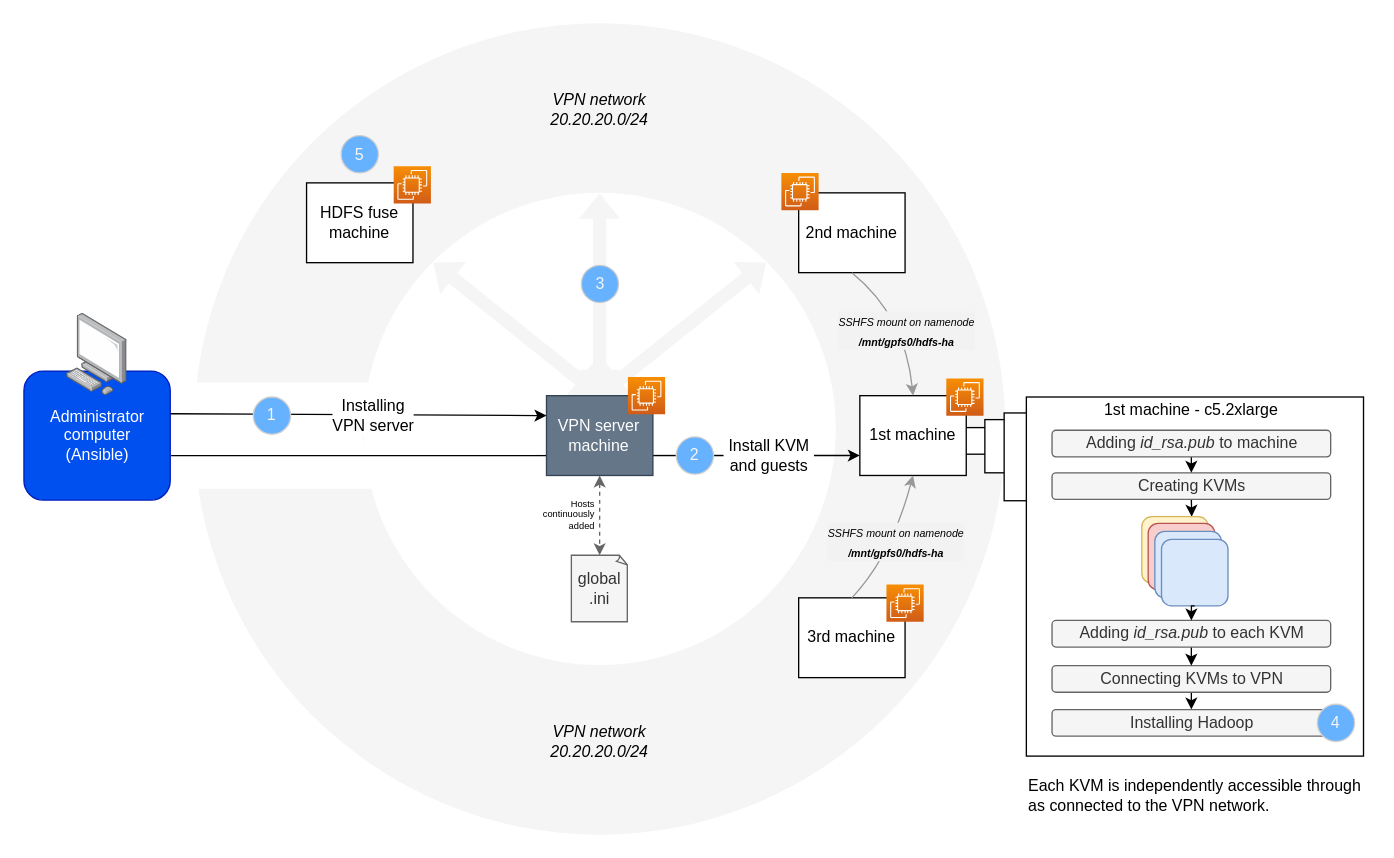
This is chaining.drawio from flavienbwk/aws-terraform-ansible-kvm-hadoop, a draw.io file, before an edit. Source tidied: cells renumbered, new cells numbered last; positions are measured from the earlier drawing's top-left corner, leaving out a move shared by most shapes. Both pictures are drawn from the tidied source at 133%, with x=0, y=0 at pixel (24, 23).
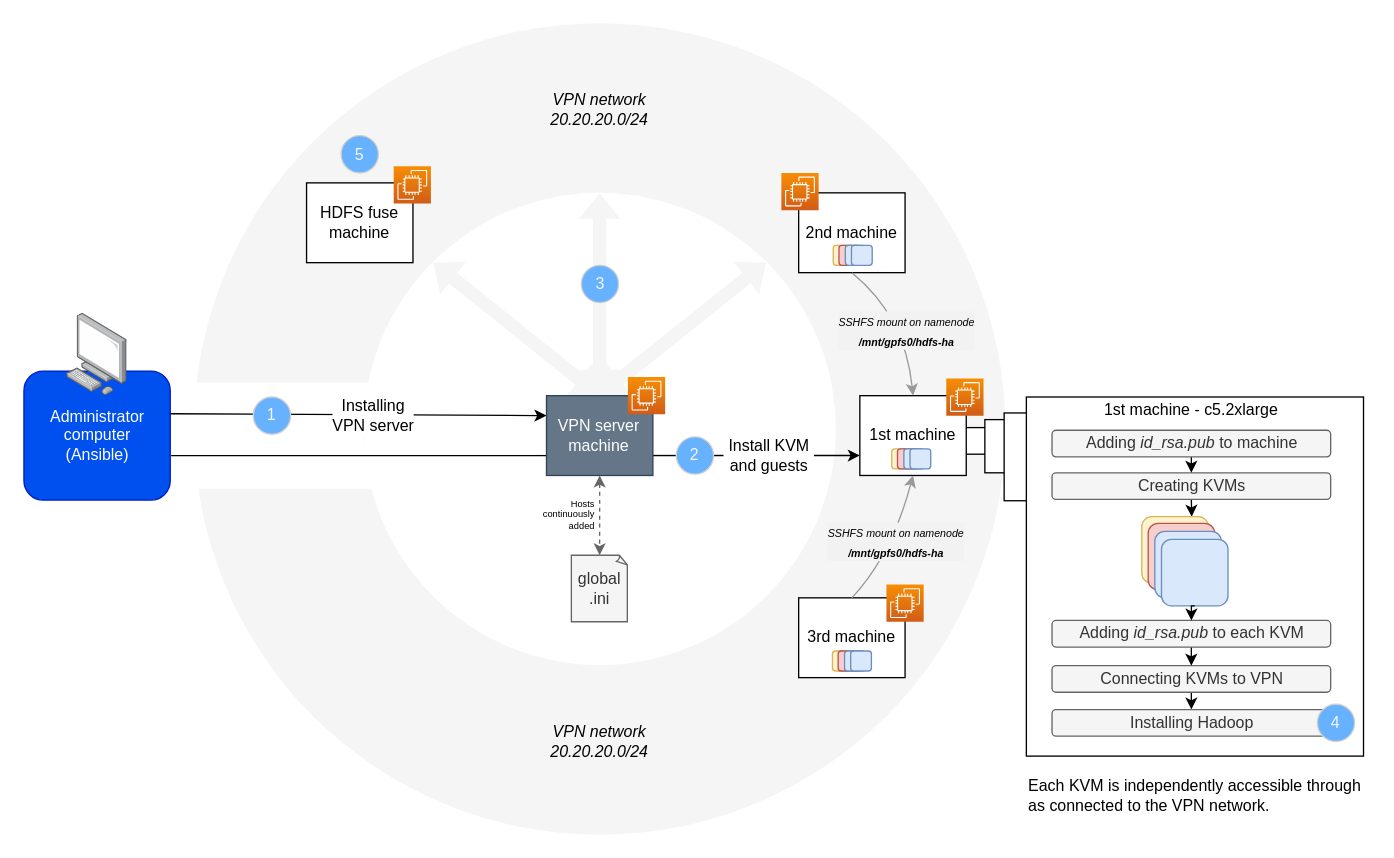
The same page after the edit.

Commit message (it also covers changes not shown here):
Clarifying KVM machines host guests

What changed in the source:
```diff
@@
+    <mxCell id="59" style="group;" parent="1" vertex="1">
+      <mxGeometry x="608" y="167" width="29.3" height="15" as="geometry" />
+    </mxCell>
+    <mxCell id="60" style="rounded=1;whiteSpace=wrap;html=1;align=center;fillColor=#fff2cc;strokeColor=#d6b656;" parent="59" vertex="1">
+      <mxGeometry width="15.6" height="15" as="geometry" />
+    </mxCell>
+    <mxCell id="61" style="rounded=1;whiteSpace=wrap;html=1;align=center;fillColor=#f8cecc;strokeColor=#b85450;" parent="59" vertex="1">
+      <mxGeometry x="4.3" width="15.6" height="15" as="geometry" />
+    </mxCell>
+    <mxCell id="62" style="rounded=1;whiteSpace=wrap;html=1;align=center;fillColor=#dae8fc;strokeColor=#6c8ebf;" parent="59" vertex="1">
+      <mxGeometry x="9.1" width="15.6" height="15" as="geometry" />
+    </mxCell>
+    <mxCell id="63" style="rounded=1;whiteSpace=wrap;html=1;align=center;fillColor=#dae8fc;strokeColor=#6c8ebf;" parent="59" vertex="1">
+      <mxGeometry x="13.7" width="15.6" height="15" as="geometry" />
+    </mxCell>
+    <mxCell id="64" style="group;" parent="1" vertex="1">
+      <mxGeometry x="652" y="320" width="29.3" height="15" as="geometry" />
+    </mxCell>
+    <mxCell id="65" style="rounded=1;whiteSpace=wrap;html=1;align=center;fillColor=#fff2cc;strokeColor=#d6b656;" parent="64" vertex="1">
+      <mxGeometry width="15.6" height="15" as="geometry" />
+    </mxCell>
+    <mxCell id="66" style="rounded=1;whiteSpace=wrap;html=1;align=center;fillColor=#f8cecc;strokeColor=#b85450;" parent="64" vertex="1">
+      <mxGeometry x="4.3" width="15.6" height="15" as="geometry" />
+    </mxCell>
+    <mxCell id="67" style="rounded=1;whiteSpace=wrap;html=1;align=center;fillColor=#dae8fc;strokeColor=#6c8ebf;" parent="64" vertex="1">
+      <mxGeometry x="9.1" width="15.6" height="15" as="geometry" />
+    </mxCell>
+    <mxCell id="68" style="rounded=1;whiteSpace=wrap;html=1;align=center;fillColor=#dae8fc;strokeColor=#6c8ebf;" parent="64" vertex="1">
+      <mxGeometry x="13.7" width="15.6" height="15" as="geometry" />
+    </mxCell>
+    <mxCell id="69" style="group;" parent="1" vertex="1">
+      <mxGeometry x="607.4" y="472" width="29.3" height="15" as="geometry" />
+    </mxCell>
+    <mxCell id="70" style="rounded=1;whiteSpace=wrap;html=1;align=center;fillColor=#fff2cc;strokeColor=#d6b656;" parent="69" vertex="1">
+      <mxGeometry width="15.6" height="15" as="geometry" />
+    </mxCell>
+    <mxCell id="71" style="rounded=1;whiteSpace=wrap;html=1;align=center;fillColor=#f8cecc;strokeColor=#b85450;" parent="69" vertex="1">
+      <mxGeometry x="4.3" width="15.6" height="15" as="geometry" />
+    </mxCell>
+    <mxCell id="72" style="rounded=1;whiteSpace=wrap;html=1;align=center;fillColor=#dae8fc;strokeColor=#6c8ebf;" parent="69" vertex="1">
+      <mxGeometry x="9.1" width="15.6" height="15" as="geometry" />
+    </mxCell>
+    <mxCell id="73" style="rounded=1;whiteSpace=wrap;html=1;align=center;fillColor=#dae8fc;strokeColor=#6c8ebf;" parent="69" vertex="1">
+      <mxGeometry x="13.7" width="15.6" height="15" as="geometry" />
+    </mxCell>
```
